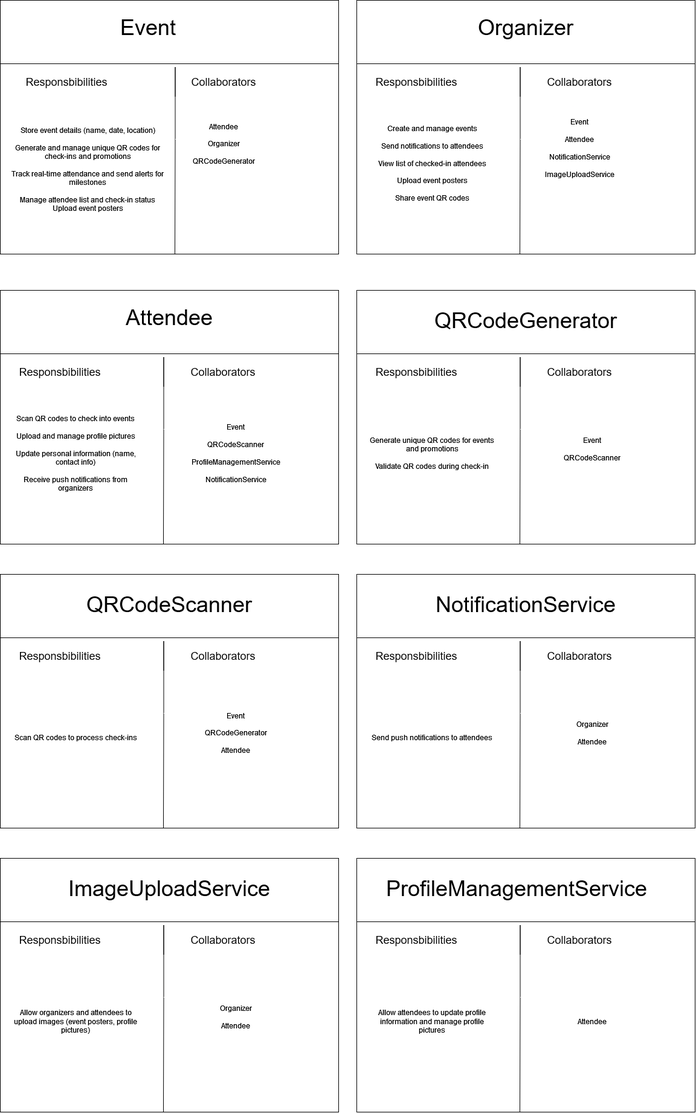
Above: doc/CRC cards.drawio.png in FalsettiM/OOPs-I-Pushed-To-Main-CIAgain (draw.io), before the change. Source tidied: cells renumbered, new cells last; positions are measured from the earlier drawing's top-left corner, leaving out a move shared by most shapes.
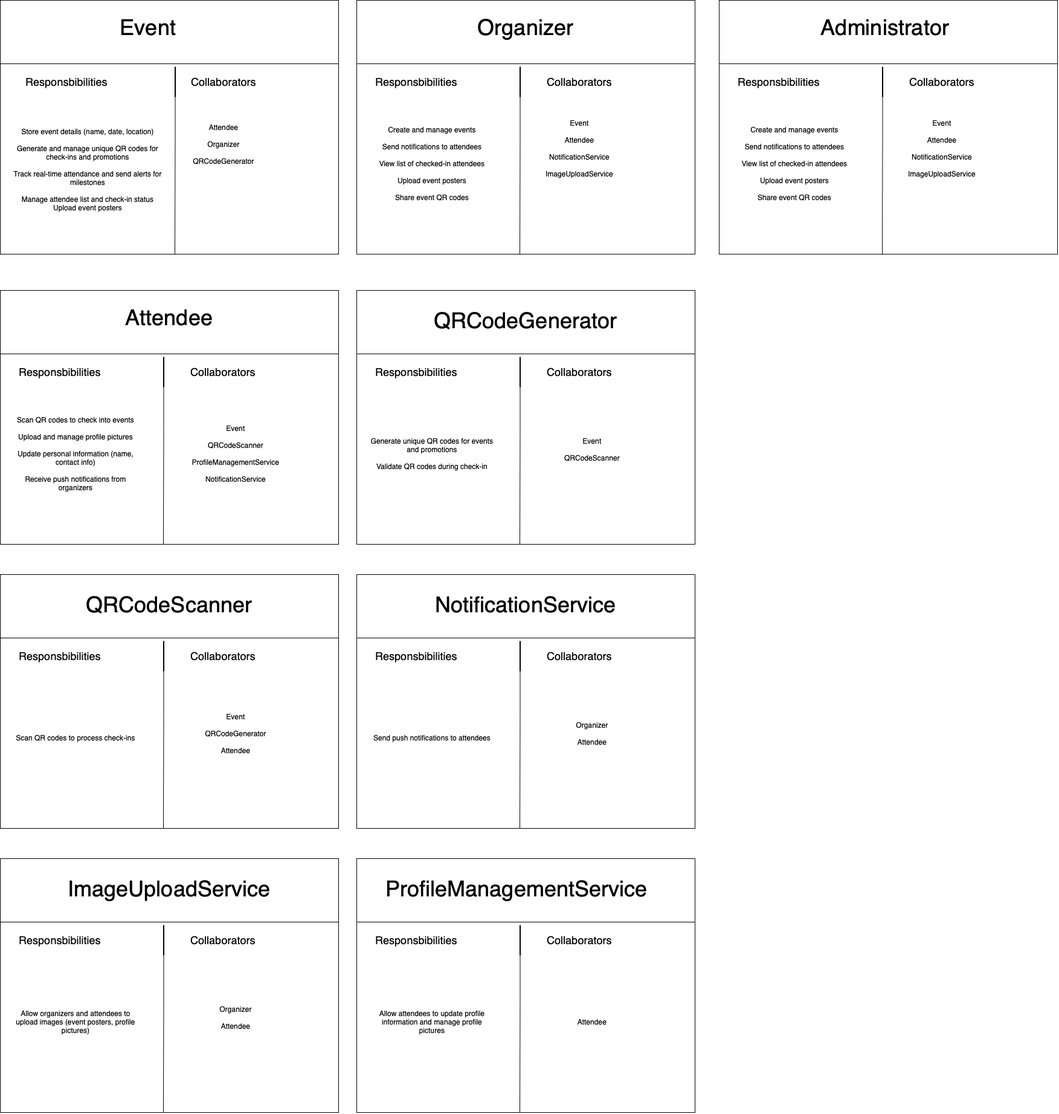
Above is the later version.

What changed in the source:
```diff
@@ -258,5 +258,37 @@
     <mxCell id="65" value="&lt;br&gt;&lt;div&gt;Attendee&lt;br&gt;&lt;/div&gt;&lt;div&gt;&lt;br&gt;&lt;/div&gt;" style="text;strokeColor=none;align=center;fillColor=none;html=1;verticalAlign=middle;whiteSpace=wrap;rounded=0;" parent="1" vertex="1">
       <mxGeometry x="905" y="1600" width="150" height="180" as="geometry" />
     </mxCell>
+    <mxCell id="66" value="&lt;div&gt;&lt;br&gt;&lt;/div&gt;&lt;div&gt;&lt;br&gt;&lt;/div&gt;" style="rounded=0;whiteSpace=wrap;html=1;" parent="1" vertex="1">
+      <mxGeometry x="1190" width="560" height="420" as="geometry" />
+    </mxCell>
+    <mxCell id="67" style="endArrow=none;html=1;rounded=0;entryX=0;entryY=0.25;entryDx=0;entryDy=0;exitX=1;exitY=0.25;exitDx=0;exitDy=0;" parent="1" edge="1" source="66" target="66">
+      <mxGeometry relative="1" as="geometry" />
+    </mxCell>
+    <mxCell id="68" style="endArrow=none;html=1;rounded=0;" parent="1" edge="1">
+      <mxGeometry relative="1" as="geometry">
+        <mxPoint x="1460" y="420" as="sourcePoint" />
+        <mxPoint x="1460.5" y="160" as="targetPoint" />
+        <Array as="points">
+          <mxPoint x="1460.5" y="230" />
+          <mxPoint x="1460.5" y="110" />
+          <mxPoint x="1460.5" y="130" />
+        </Array>
+      </mxGeometry>
+    </mxCell>
+    <mxCell id="69" value="&lt;font style=&quot;font-size: 36px;&quot;&gt;Administrator&lt;/font&gt;" style="text;strokeColor=none;align=center;fillColor=none;html=1;verticalAlign=middle;whiteSpace=wrap;rounded=0;" parent="1" vertex="1">
+      <mxGeometry x="1370" y="30" width="190" height="30" as="geometry" />
+    </mxCell>
+    <mxCell id="70" value="&lt;font style=&quot;font-size: 18px;&quot;&gt;Collaborators&lt;/font&gt;" style="text;strokeColor=none;align=center;fillColor=none;html=1;verticalAlign=middle;whiteSpace=wrap;rounded=0;" parent="1" vertex="1">
+      <mxGeometry x="1529" y="120" width="60" height="30" as="geometry" />
+    </mxCell>
+    <mxCell id="71" value="&lt;font style=&quot;font-size: 18px;&quot;&gt;Responsbibilities&lt;/font&gt;" style="text;strokeColor=none;align=center;fillColor=none;html=1;verticalAlign=middle;whiteSpace=wrap;rounded=0;" parent="1" vertex="1">
+      <mxGeometry x="1259" y="120" width="60" height="30" as="geometry" />
+    </mxCell>
+    <mxCell id="72" value="&lt;div&gt;Create and manage events&lt;/div&gt;&lt;div&gt;&lt;br&gt;&lt;/div&gt;&lt;div&gt;Send notifications to attendees&lt;/div&gt;&lt;div&gt;&lt;br&gt;&lt;/div&gt;&lt;div&gt;View list of checked-in attendees&lt;/div&gt;&lt;div&gt;&lt;br&gt;&lt;/div&gt;&lt;div&gt;Upload event posters&lt;/div&gt;&lt;div&gt;&lt;br&gt;&lt;/div&gt;&lt;div&gt;Share event QR codes&lt;/div&gt;" style="text;strokeColor=none;align=center;fillColor=none;html=1;verticalAlign=middle;whiteSpace=wrap;rounded=0;" parent="1" vertex="1">
+      <mxGeometry x="1210" y="140" width="210" height="260" as="geometry" />
+    </mxCell>
+    <mxCell id="73" value="&lt;div&gt;Event&lt;/div&gt;&lt;div&gt;&lt;br&gt;&lt;/div&gt;&lt;div&gt;Attendee&lt;/div&gt;&lt;div&gt;&lt;br&gt;&lt;/div&gt;&lt;div&gt;NotificationService&lt;/div&gt;&lt;div&gt;&lt;br&gt;&lt;/div&gt;&lt;div&gt;ImageUploadService&lt;/div&gt;" style="text;strokeColor=none;align=center;fillColor=none;html=1;verticalAlign=middle;whiteSpace=wrap;rounded=0;" parent="1" vertex="1">
+      <mxGeometry x="1484" y="155" width="150" height="180" as="geometry" />
+    </mxCell>
   </root>
 </mxGraphModel>
```
